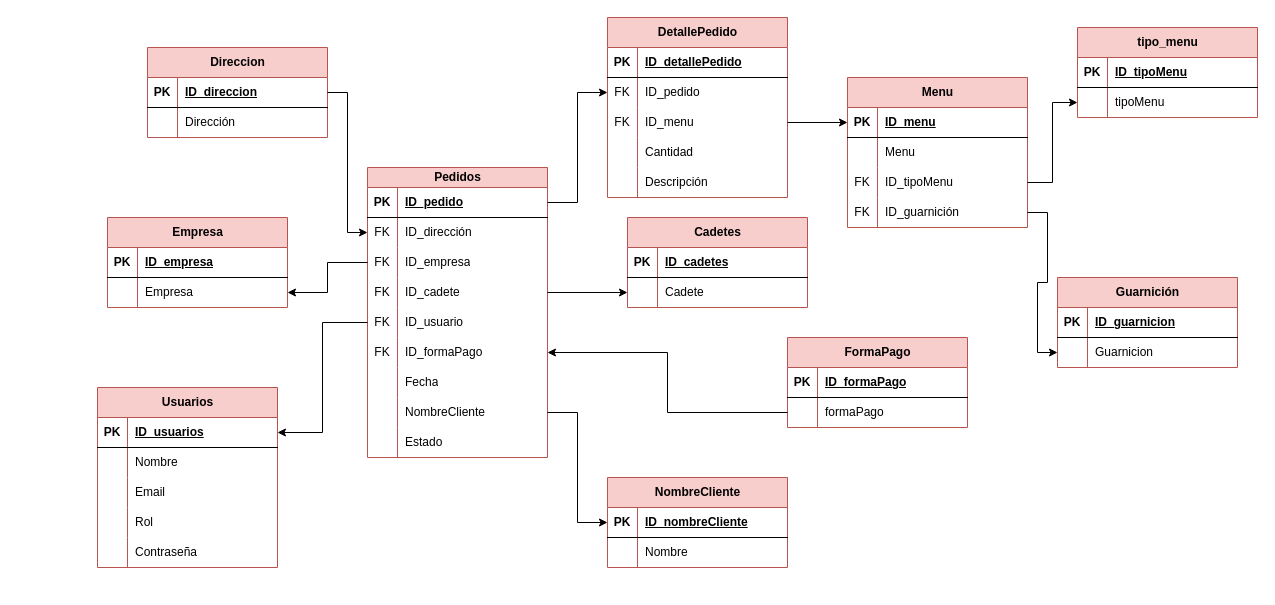
Earlier version of the draw.io diagram Supergrill/diagrama_base_de_datos.drawio (Leasuiva/Supergrill). Source tidied: cells renumbered, new cells numbered last; positions are measured from the earlier drawing's top-left corner, leaving out a move shared by most shapes. Both pictures are drawn from the tidied source at 100%, with x=0, y=0 at pixel (97, 17).
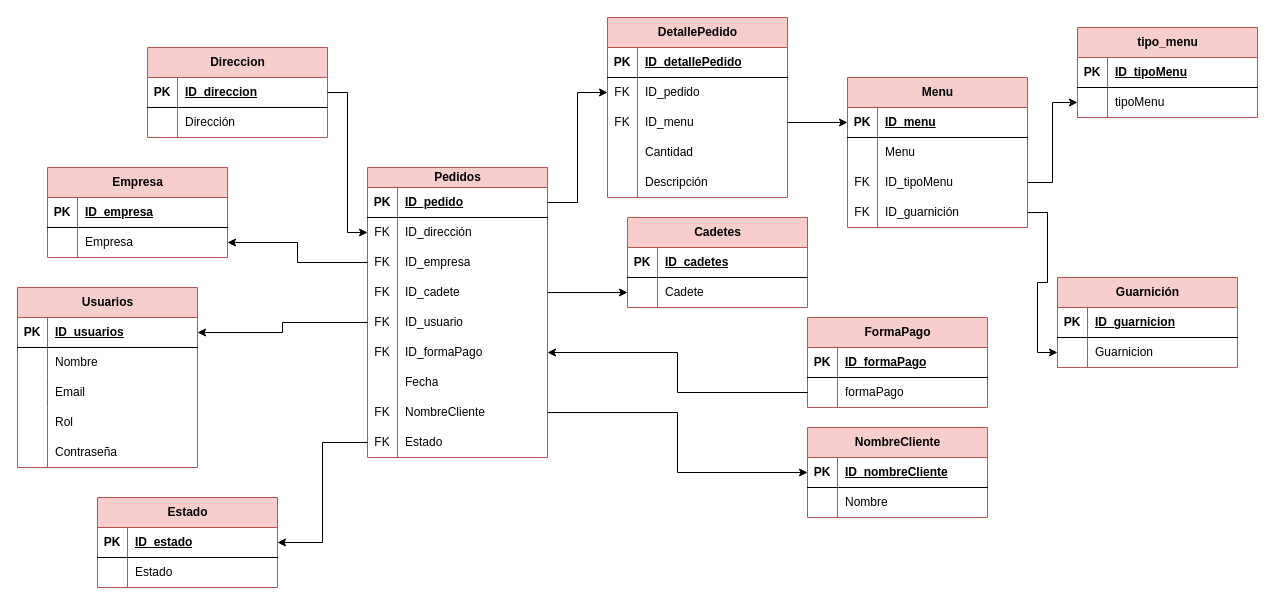
The same diagram, later.

The change refers to these unchanged cells:
```xml
<mxCell id="24" style="shape=tableRow;horizontal=0;startSize=0;swimlaneHead=0;swimlaneBody=0;fillColor=none;points=[[0,0.5],[1,0.5]];portConstraint=eastwest;top=0;left=0;right=0;bottom=0;" parent="2" vertex="1">
  <mxGeometry y="230" width="180" height="30" as="geometry" />
</mxCell>
<mxCell id="27" style="shape=tableRow;horizontal=0;startSize=0;swimlaneHead=0;swimlaneBody=0;fillColor=none;points=[[0,0.5],[1,0.5]];portConstraint=eastwest;top=0;left=0;right=0;bottom=0;" parent="2" vertex="1">
  <mxGeometry y="260" width="180" height="30" as="geometry" />
</mxCell>
```

The edit, as a diff of the source:
```diff
@@
-    <mxCell id="25" style="shape=partialRectangle;fillColor=none;top=0;left=0;bottom=0;right=0;overflow=hidden;whiteSpace=wrap;html=1;" parent="24" vertex="1">
+    <mxCell id="25" value="FK" style="shape=partialRectangle;fillColor=none;top=0;left=0;bottom=0;right=0;overflow=hidden;whiteSpace=wrap;html=1;" parent="24" vertex="1">
       <mxGeometry width="30" height="30" as="geometry" />
     </mxCell>
@@
-    <mxCell id="28" style="shape=partialRectangle;fillColor=none;top=0;left=0;bottom=0;right=0;overflow=hidden;whiteSpace=wrap;html=1;" parent="27" vertex="1">
+    <mxCell id="28" value="FK" style="shape=partialRectangle;fillColor=none;top=0;left=0;bottom=0;right=0;overflow=hidden;whiteSpace=wrap;html=1;" parent="27" vertex="1">
       <mxGeometry width="30" height="30" as="geometry" />
     </mxCell>
@@
     <mxCell id="37" value="Empresa" style="shape=table;startSize=30;childLayout=tableLayout;rowLines=0;fontStyle=1;align=center;html=1;fillColor=#f8cecc;strokeColor=#b85450;" parent="1" vertex="1">
-      <mxGeometry x="10" y="200" width="180" height="90" as="geometry" />
+      <mxGeometry x="-50" y="150" width="180" height="90" as="geometry" />
     </mxCell>
@@
     <mxCell id="45" value="FormaPago" style="shape=table;startSize=30;childLayout=tableLayout;rowLines=0;fontStyle=1;align=center;html=1;fillColor=#f8cecc;strokeColor=#b85450;" parent="1" vertex="1">
-      <mxGeometry x="690" y="320" width="180" height="90" as="geometry" />
+      <mxGeometry x="710" y="300" width="180" height="90" as="geometry" />
     </mxCell>
@@
     <mxCell id="74" value="Usuarios" style="shape=table;startSize=30;childLayout=tableLayout;rowLines=0;fontStyle=1;align=center;html=1;fillColor=#f8cecc;strokeColor=#b85450;" parent="1" vertex="1">
-      <mxGeometry y="370" width="180" height="180" as="geometry" />
+      <mxGeometry x="-80" y="270" width="180" height="180" as="geometry" />
     </mxCell>
@@
     <mxCell id="126" value="NombreCliente" style="shape=table;startSize=30;childLayout=tableLayout;rowLines=0;fontStyle=1;align=center;html=1;fillColor=#f8cecc;strokeColor=#b85450;" parent="1" vertex="1">
-      <mxGeometry x="510" y="460" width="180" height="90" as="geometry" />
+      <mxGeometry x="710" y="410" width="180" height="90" as="geometry" />
     </mxCell>
@@
+    <mxCell id="134" value="Estado" style="shape=table;startSize=30;childLayout=tableLayout;rowLines=0;fontStyle=1;align=center;html=1;fillColor=#f8cecc;strokeColor=#b85450;" parent="1" vertex="1">
+      <mxGeometry y="480" width="180" height="90" as="geometry" />
+    </mxCell>
+    <mxCell id="135" style="shape=tableRow;horizontal=0;startSize=0;swimlaneHead=0;swimlaneBody=0;fillColor=none;points=[[0,0.5],[1,0.5]];portConstraint=eastwest;top=0;left=0;right=0;bottom=1;" parent="134" vertex="1">
+      <mxGeometry y="30" width="180" height="30" as="geometry" />
+    </mxCell>
+    <mxCell id="136" value="PK" style="shape=partialRectangle;fillColor=none;top=0;left=0;bottom=0;right=0;fontStyle=1;overflow=hidden;whiteSpace=wrap;html=1;" parent="135" vertex="1">
+      <mxGeometry width="30" height="30" as="geometry" />
+    </mxCell>
+    <mxCell id="137" value="ID_estado" style="shape=partialRectangle;fillColor=none;top=0;left=0;bottom=0;right=0;align=left;spacingLeft=6;fontStyle=5;overflow=hidden;whiteSpace=wrap;html=1;" parent="135" vertex="1">
+      <mxGeometry x="30" width="150" height="30" as="geometry" />
+    </mxCell>
+    <mxCell id="138" style="shape=tableRow;horizontal=0;startSize=0;swimlaneHead=0;swimlaneBody=0;fillColor=none;top=0;left=0;right=0;bottom=0;" parent="134" vertex="1">
+      <mxGeometry y="60" width="180" height="30" as="geometry" />
+    </mxCell>
+    <mxCell id="139" style="shape=partialRectangle;fillColor=none;top=0;left=0;bottom=0;right=0;overflow=hidden;whiteSpace=wrap;html=1;" parent="138" vertex="1">
+      <mxGeometry width="30" height="30" as="geometry" />
+    </mxCell>
+    <mxCell id="140" value="Estado" style="shape=partialRectangle;fillColor=none;top=0;left=0;bottom=0;right=0;align=left;spacingLeft=6;overflow=hidden;whiteSpace=wrap;html=1;" parent="138" vertex="1">
+      <mxGeometry x="30" width="150" height="30" as="geometry" />
+    </mxCell>
+    <mxCell id="141" style="edgeStyle=orthogonalEdgeStyle;rounded=0;jettySize=auto;html=1;exitX=0;exitY=0.5;exitDx=0;exitDy=0;entryX=1;entryY=0.5;entryDx=0;entryDy=0;" parent="1" edge="1" source="27" target="135">
+      <mxGeometry relative="1" as="geometry" />
+    </mxCell>
```
